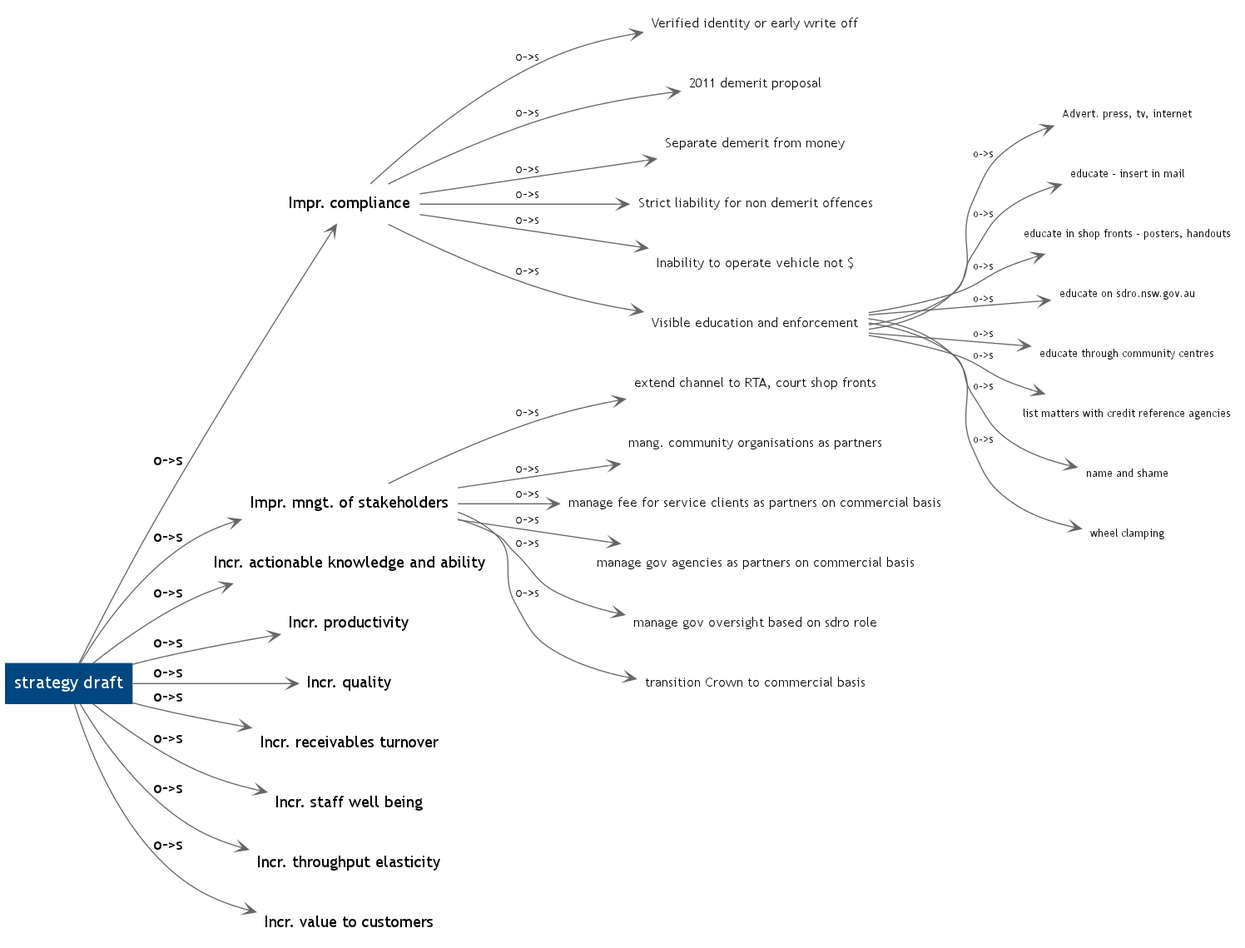
The Graphviz diagram public/images/mick@mioduszewski.net.png in mickmioduszewski/digraph-rails, before a commit. Its source is kept beside it as public/mick@mioduszewski.net.dot.
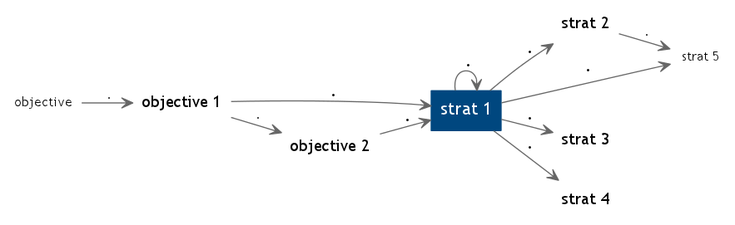
After the commit.

What changed in the source:
```diff
@@ -1,63 +1,22 @@
 digraph G { rankdir="LR"
 edge [color="#666666", arrowhead="open", fontname="Trebuchet MS"]
 node [shape=plaintext, fontname="Trebuchet MS"]
-n21 [URL="/nodes/21",  label="strategy draft", fontsize="16", style=filled fillcolor="#00477f", fontcolor="White"]
-n22 [URL="/nodes/22",  label="Impr. compliance", fontsize="14"]
-n34 [URL="/nodes/34",  label="Verified identity or early write off", fontsize="12"]
-n35 [URL="/nodes/35",  label="2011 demerit proposal", fontsize="12"]
-n36 [URL="/nodes/36",  label="Separate demerit from money", fontsize="12"]
-n37 [URL="/nodes/37",  label="Strict liability for non demerit offences", fontsize="12"]
-n38 [URL="/nodes/38",  label="Inability to operate vehicle not $", fontsize="12"]
-n39 [URL="/nodes/39",  label="Visible education and enforcement", fontsize="12"]
-n40 [URL="/nodes/40",  label="Advert. press, tv, internet", fontsize="10"]
-n41 [URL="/nodes/41",  label="educate - insert in mail", fontsize="10"]
-n42 [URL="/nodes/42",  label="educate in shop fronts - posters, handouts", fontsize="10"]
-n43 [URL="/nodes/43",  label="educate on sdro.nsw.gov.au", fontsize="10"]
-n44 [URL="/nodes/44",  label="educate through community centres", fontsize="10"]
-n45 [URL="/nodes/45",  label="list matters with credit reference agencies", fontsize="10"]
-n46 [URL="/nodes/46",  label="name and shame", fontsize="10"]
-n47 [URL="/nodes/47",  label="wheel clamping", fontsize="10"]
-n23 [URL="/nodes/23",  label="Impr. mngt. of stakeholders", fontsize="14"]
-n48 [URL="/nodes/48",  label="extend channel to RTA, court shop fronts", fontsize="12"]
-n49 [URL="/nodes/49",  label="mang. community organisations as partners", fontsize="12"]
-n50 [URL="/nodes/50",  label="manage fee for service clients as partners on commercial basis", fontsize="12"]
-n51 [URL="/nodes/51",  label="manage gov agencies as partners on commercial basis", fontsize="12"]
-n52 [URL="/nodes/52",  label="manage gov oversight based on sdro role", fontsize="12"]
-n53 [URL="/nodes/53",  label="transition Crown to commercial basis", fontsize="12"]
-n24 [URL="/nodes/24",  label="Incr. actionable knowledge and ability", fontsize="14"]
-n25 [URL="/nodes/25",  label="Incr. productivity", fontsize="14"]
-n26 [URL="/nodes/26",  label="Incr. quality", fontsize="14"]
-n27 [URL="/nodes/27",  label="Incr. receivables turnover", fontsize="14"]
-n28 [URL="/nodes/28",  label="Incr. staff well being", fontsize="14"]
-n29 [URL="/nodes/29",  label="Incr. throughput elasticity", fontsize="14"]
-n30 [URL="/nodes/30",  label="Incr. value to customers", fontsize="14"]
-n21 -> n22 [URL="/edges/26",  label="o->s", fontsize="14"]
-n22 -> n34 [URL="/edges/35",  label="o->s", fontsize="12"]
-n22 -> n35 [URL="/edges/36",  label="o->s", fontsize="12"]
-n22 -> n36 [URL="/edges/37",  label="o->s", fontsize="12"]
-n22 -> n37 [URL="/edges/38",  label="o->s", fontsize="12"]
-n22 -> n38 [URL="/edges/39",  label="o->s", fontsize="12"]
-n22 -> n39 [URL="/edges/40",  label="o->s", fontsize="12"]
-n39 -> n40 [URL="/edges/41",  label="o->s", fontsize="10"]
-n39 -> n41 [URL="/edges/42",  label="o->s", fontsize="10"]
-n39 -> n42 [URL="/edges/43",  label="o->s", fontsize="10"]
-n39 -> n43 [URL="/edges/44",  label="o->s", fontsize="10"]
-n39 -> n44 [URL="/edges/45",  label="o->s", fontsize="10"]
-n39 -> n45 [URL="/edges/46",  label="o->s", fontsize="10"]
-n39 -> n46 [URL="/edges/47",  label="o->s", fontsize="10"]
-n39 -> n47 [URL="/edges/48",  label="o->s", fontsize="10"]
-n21 -> n23 [URL="/edges/27",  label="o->s", fontsize="14"]
-n23 -> n48 [URL="/edges/49",  label="o->s", fontsize="12"]
-n23 -> n49 [URL="/edges/50",  label="o->s", fontsize="12"]
-n23 -> n50 [URL="/edges/51",  label="o->s", fontsize="12"]
-n23 -> n51 [URL="/edges/52",  label="o->s", fontsize="12"]
-n23 -> n52 [URL="/edges/53",  label="o->s", fontsize="12"]
-n23 -> n53 [URL="/edges/54",  label="o->s", fontsize="12"]
-n21 -> n24 [URL="/edges/28",  label="o->s", fontsize="14"]
-n21 -> n25 [URL="/edges/29",  label="o->s", fontsize="14"]
-n21 -> n26 [URL="/edges/30",  label="o->s", fontsize="14"]
-n21 -> n27 [URL="/edges/31",  label="o->s", fontsize="14"]
-n21 -> n28 [URL="/edges/32",  label="o->s", fontsize="14"]
-n21 -> n29 [URL="/edges/33",  label="o->s", fontsize="14"]
-n21 -> n30 [URL="/edges/34",  label="o->s", fontsize="14"]
+n3 [URL="/nodes/3",  label="strat 1", fontsize="16", style=filled fillcolor="#00477f", fontcolor="White"]
+n1 [URL="/nodes/1",  label="objective 1", fontsize="14"]
+n8 [URL="/nodes/8",  label="objective", fontsize="12"]
+n2 [URL="/nodes/2",  label="objective 2", fontsize="14"]
+n4 [URL="/nodes/4",  label="strat 2", fontsize="14"]
+n7 [URL="/nodes/7",  label="strat 5", fontsize="12"]
+n5 [URL="/nodes/5",  label="strat 3", fontsize="14"]
+n6 [URL="/nodes/6",  label="strat 4", fontsize="14"]
+n1 -> n3 [URL="/edges/2",  label=" .", fontsize="14"]
+n8 -> n1 [URL="/edges/9",  label=" .", fontsize="12"]
+n2 -> n3 [URL="/edges/3",  label=" .", fontsize="14"]
+n1 -> n2 [URL="/edges/1",  label=" .", fontsize="12"]
+n3 -> n3 [URL="/edges/4",  label=" .", fontsize="14"]
+n3 -> n4 [URL="/edges/5",  label=" .", fontsize="14"]
+n4 -> n7 [URL="/edges/11",  label=" .", fontsize="12"]
+n3 -> n5 [URL="/edges/6",  label=" .", fontsize="14"]
+n3 -> n6 [URL="/edges/7",  label=" .", fontsize="14"]
+n3 -> n7 [URL="/edges/8",  label=" .", fontsize="14"]
   }
```
